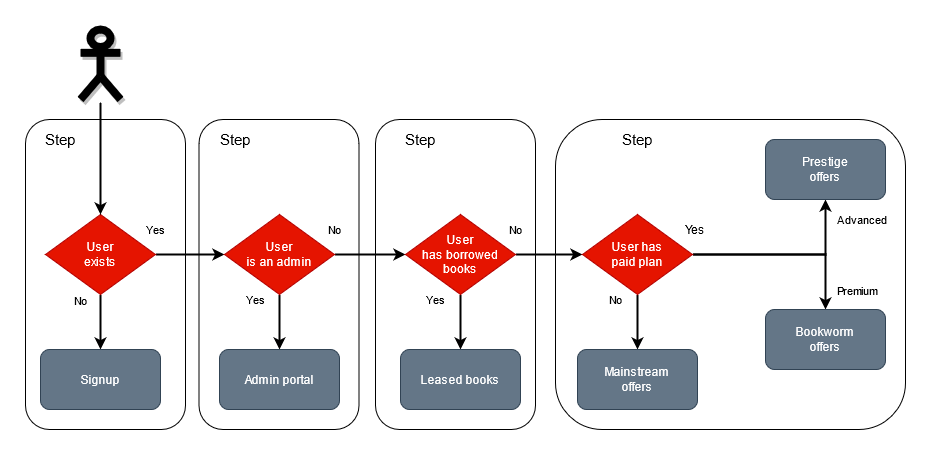
The draw.io diagram misc/workflow-a.png in jpb06/conditional-workflows, before a commit. Source tidied: cells renumbered, new cells last; positions are measured from the earlier drawing's top-left corner, leaving out a move shared by most shapes. Source of this version:
```xml
<mxGraphModel>
  <root>
    <mxCell id="0" />
    <mxCell id="1" parent="0" />
    <mxCell id="2" style="rounded=1;whiteSpace=wrap;html=1;fontSize=11;align=left;gradientColor=#ffffff;" parent="1" vertex="1">
      <mxGeometry x="530" y="90" width="350" height="310" as="geometry" />
    </mxCell>
    <mxCell id="3" style="rounded=1;whiteSpace=wrap;html=1;fontSize=11;align=left;" parent="1" vertex="1">
      <mxGeometry x="350" y="90" width="160" height="310" as="geometry" />
    </mxCell>
    <mxCell id="4" style="rounded=1;whiteSpace=wrap;html=1;fontSize=11;align=left;" parent="1" vertex="1">
      <mxGeometry x="173.5" y="90" width="160" height="310" as="geometry" />
    </mxCell>
    <mxCell id="5" style="rounded=1;whiteSpace=wrap;html=1;fontSize=11;align=left;" parent="1" vertex="1">
      <mxGeometry y="90" width="160" height="310" as="geometry" />
    </mxCell>
    <mxCell id="6" value="No" style="edgeStyle=orthogonalEdgeStyle;rounded=0;jettySize=auto;html=1;entryX=0.5;entryY=0;entryDx=0;entryDy=0;exitX=0.5;exitY=1;exitDx=0;exitDy=0;sketch=0;labelBackgroundColor=#ffffff;strokeWidth=2;" parent="1" edge="1" source="8" target="11">
      <mxGeometry x="-0.78" y="-20" relative="1" as="geometry">
        <Array as="points">
          <mxPoint x="75" y="310" />
        </Array>
      </mxGeometry>
    </mxCell>
    <mxCell id="7" value="Yes" style="edgeStyle=orthogonalEdgeStyle;rounded=0;jettySize=auto;html=1;strokeWidth=2;" parent="1" edge="1" source="8" target="14">
      <mxGeometry x="-1" y="25" relative="1" as="geometry" />
    </mxCell>
    <mxCell id="8" value="&lt;div&gt;User&lt;/div&gt;&lt;div&gt;exists&lt;br&gt;&lt;/div&gt;" style="rhombus;whiteSpace=wrap;html=1;fillColor=#e51400;strokeColor=#B20000;fontColor=#ffffff;" parent="1" vertex="1">
      <mxGeometry x="20" y="185" width="110" height="80" as="geometry" />
    </mxCell>
    <mxCell id="9" style="shape=umlActor;verticalLabelPosition=bottom;verticalAlign=top;html=1;outlineConnect=0;labelBackgroundColor=#ffffff;labelBorderColor=none;spacingTop=2;strokeWidth=8;perimeterSpacing=3;fillColor=none;shadow=1;" parent="1" vertex="1">
      <mxGeometry x="55" width="40" height="70" as="geometry" />
    </mxCell>
    <mxCell id="10" style="endArrow=classic;html=1;entryX=0.5;entryY=0;entryDx=0;entryDy=0;strokeWidth=2;" parent="1" edge="1" source="9" target="8">
      <mxGeometry relative="1" as="geometry" />
    </mxCell>
    <mxCell id="11" value="&lt;div&gt;Signup&lt;/div&gt;" style="rounded=1;whiteSpace=wrap;html=1;fillColor=#647687;strokeColor=#314354;fontColor=#ffffff;" parent="1" vertex="1">
      <mxGeometry x="15" y="320" width="120" height="60" as="geometry" />
    </mxCell>
    <mxCell id="12" value="Yes" style="edgeStyle=orthogonalEdgeStyle;rounded=0;jettySize=auto;html=1;strokeWidth=2;" parent="1" edge="1" source="14" target="15">
      <mxGeometry x="-0.82" y="-24" relative="1" as="geometry" />
    </mxCell>
    <mxCell id="13" value="No" style="edgeStyle=orthogonalEdgeStyle;rounded=0;jettySize=auto;html=1;strokeWidth=2;" parent="1" edge="1" source="14" target="18">
      <mxGeometry x="-1" y="25" relative="1" as="geometry" />
    </mxCell>
    <mxCell id="14" value="&lt;div&gt;User&lt;/div&gt;&lt;div&gt;is an admin&lt;br&gt;&lt;/div&gt;" style="rhombus;whiteSpace=wrap;html=1;fillColor=#e51400;strokeColor=#B20000;fontColor=#ffffff;" parent="1" vertex="1">
      <mxGeometry x="199" y="185" width="110" height="80" as="geometry" />
    </mxCell>
    <mxCell id="15" value="Admin portal" style="rounded=1;whiteSpace=wrap;html=1;fillColor=#647687;strokeColor=#314354;fontColor=#ffffff;" parent="1" vertex="1">
      <mxGeometry x="194" y="320" width="120" height="60" as="geometry" />
    </mxCell>
    <mxCell id="16" value="Yes" style="edgeStyle=orthogonalEdgeStyle;rounded=0;jettySize=auto;html=1;strokeWidth=2;" parent="1" edge="1" source="18" target="19">
      <mxGeometry x="-0.82" y="-25" relative="1" as="geometry" />
    </mxCell>
    <mxCell id="17" value="No" style="edgeStyle=orthogonalEdgeStyle;rounded=0;jettySize=auto;html=1;strokeWidth=2;" parent="1" edge="1" source="18" target="24">
      <mxGeometry x="-1" y="25" relative="1" as="geometry" />
    </mxCell>
    <mxCell id="18" value="&lt;div&gt;User&lt;br&gt;has borrowed books&lt;br&gt;&lt;/div&gt;" style="rhombus;whiteSpace=wrap;html=1;fillColor=#e51400;strokeColor=#B20000;fontColor=#ffffff;" parent="1" vertex="1">
      <mxGeometry x="380" y="185" width="110" height="80" as="geometry" />
    </mxCell>
    <mxCell id="19" value="Leased books&lt;br&gt; " style="rounded=1;whiteSpace=wrap;html=1;fillColor=#647687;strokeColor=#314354;fontColor=#ffffff;" parent="1" vertex="1">
      <mxGeometry x="375" y="320" width="120" height="60" as="geometry" />
    </mxCell>
    <mxCell id="20" value="No" style="edgeStyle=orthogonalEdgeStyle;rounded=0;jettySize=auto;html=1;strokeWidth=2;" parent="1" edge="1" source="24" target="25">
      <mxGeometry x="-0.82" y="-22" relative="1" as="geometry" />
    </mxCell>
    <mxCell id="21" style="edgeStyle=orthogonalEdgeStyle;rounded=0;jettySize=auto;html=1;entryX=0.5;entryY=1;entryDx=0;entryDy=0;strokeWidth=2;" parent="1" edge="1" source="24" target="26">
      <mxGeometry x="0.89" y="40" relative="1" as="geometry" />
    </mxCell>
    <mxCell id="22" style="edgeStyle=orthogonalEdgeStyle;rounded=0;jettySize=auto;html=1;entryX=0.5;entryY=0;entryDx=0;entryDy=0;shadow=0;strokeWidth=2;" parent="1" edge="1" source="24" target="27">
      <mxGeometry x="0.89" y="-30" relative="1" as="geometry" />
    </mxCell>
    <mxCell id="23" value="Premium" style="edgeLabel;html=1;align=left;verticalAlign=middle;" parent="22" vertex="1">
      <mxGeometry x="0.55" y="-1" relative="1" as="geometry">
        <mxPoint x="11" y="22" as="offset" />
      </mxGeometry>
    </mxCell>
    <mxCell id="24" value="&lt;div&gt;User has&lt;br&gt;paid plan&lt;br&gt;&lt;/div&gt;" style="rhombus;whiteSpace=wrap;html=1;fillColor=#e51400;strokeColor=#B20000;fontColor=#ffffff;" parent="1" vertex="1">
      <mxGeometry x="557" y="185" width="110" height="80" as="geometry" />
    </mxCell>
    <mxCell id="25" value="Mainstream&lt;br&gt;offers" style="rounded=1;whiteSpace=wrap;html=1;fillColor=#647687;strokeColor=#314354;fontColor=#ffffff;" parent="1" vertex="1">
      <mxGeometry x="552" y="320" width="120" height="60" as="geometry" />
    </mxCell>
    <mxCell id="26" value="&lt;div&gt;Prestige &lt;br&gt;&lt;/div&gt;&lt;div&gt;offers&lt;br&gt;&lt;/div&gt;" style="rounded=1;whiteSpace=wrap;html=1;fillColor=#647687;strokeColor=#314354;fontColor=#ffffff;" parent="1" vertex="1">
      <mxGeometry x="740" y="110" width="120" height="60" as="geometry" />
    </mxCell>
    <mxCell id="27" value="&lt;div&gt;Bookworm&lt;br&gt;&lt;/div&gt;&lt;div&gt;offers&lt;br&gt;&lt;/div&gt;" style="rounded=1;whiteSpace=wrap;html=1;fillColor=#647687;strokeColor=#314354;fontColor=#ffffff;" parent="1" vertex="1">
      <mxGeometry x="740" y="280" width="120" height="60" as="geometry" />
    </mxCell>
    <mxCell id="28" value="Yes" style="text;html=1;strokeColor=none;fillColor=none;align=center;verticalAlign=middle;whiteSpace=wrap;rounded=0;" parent="1" vertex="1">
      <mxGeometry x="650" y="190" width="40" height="20" as="geometry" />
    </mxCell>
    <mxCell id="29" value="Advanced" style="text;html=1;align=left;verticalAlign=middle;strokeColor=none;fontSize=11;" parent="1" vertex="1">
      <mxGeometry x="810" y="180" width="70" height="20" as="geometry" />
    </mxCell>
    <mxCell id="30" value="Step" style="text;html=1;strokeColor=none;fillColor=none;align=center;verticalAlign=middle;whiteSpace=wrap;rounded=0;fontSize=15;" parent="1" vertex="1">
      <mxGeometry x="15" y="100" width="40" height="20" as="geometry" />
    </mxCell>
    <mxCell id="31" value="Step" style="text;html=1;strokeColor=none;fillColor=none;align=center;verticalAlign=middle;whiteSpace=wrap;rounded=0;fontSize=15;" parent="1" vertex="1">
      <mxGeometry x="190" y="100" width="40" height="20" as="geometry" />
    </mxCell>
    <mxCell id="32" value="Step" style="text;html=1;strokeColor=none;fillColor=none;align=center;verticalAlign=middle;whiteSpace=wrap;rounded=0;fontSize=15;" parent="1" vertex="1">
      <mxGeometry x="375" y="100" width="40" height="20" as="geometry" />
    </mxCell>
    <mxCell id="33" value="Step" style="text;html=1;strokeColor=none;fillColor=none;align=center;verticalAlign=middle;whiteSpace=wrap;rounded=0;fontSize=15;" parent="1" vertex="1">
      <mxGeometry x="592" y="100" width="40" height="20" as="geometry" />
    </mxCell>
  </root>
</mxGraphModel>
```
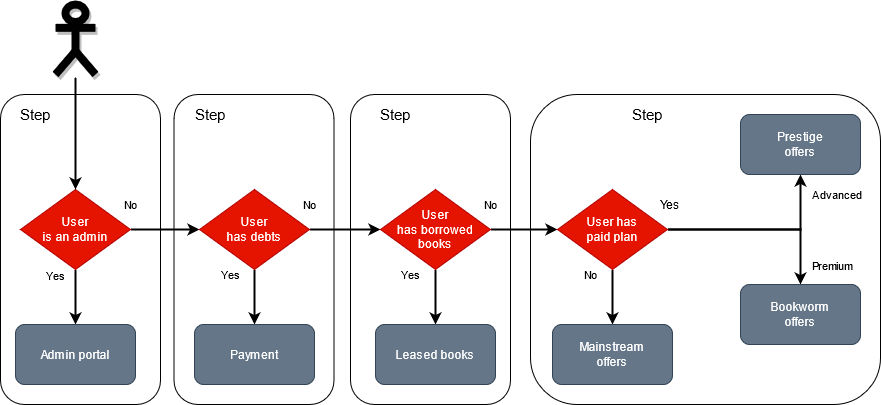
After the commit.

Diff of the diagram source:
```diff
@@ -14,17 +14,17 @@
     <mxCell id="5" style="rounded=1;whiteSpace=wrap;html=1;fontSize=11;align=left;" parent="1" vertex="1">
       <mxGeometry y="90" width="160" height="310" as="geometry" />
     </mxCell>
-    <mxCell id="6" value="No" style="edgeStyle=orthogonalEdgeStyle;rounded=0;jettySize=auto;html=1;entryX=0.5;entryY=0;entryDx=0;entryDy=0;exitX=0.5;exitY=1;exitDx=0;exitDy=0;sketch=0;labelBackgroundColor=#ffffff;strokeWidth=2;" parent="1" edge="1" source="8" target="11">
+    <mxCell id="6" value="Yes" style="edgeStyle=orthogonalEdgeStyle;rounded=0;jettySize=auto;html=1;entryX=0.5;entryY=0;entryDx=0;entryDy=0;exitX=0.5;exitY=1;exitDx=0;exitDy=0;sketch=0;labelBackgroundColor=#ffffff;strokeWidth=2;" parent="1" edge="1" source="8" target="11">
       <mxGeometry x="-0.78" y="-20" relative="1" as="geometry">
         <Array as="points">
           <mxPoint x="75" y="310" />
         </Array>
       </mxGeometry>
     </mxCell>
-    <mxCell id="7" value="Yes" style="edgeStyle=orthogonalEdgeStyle;rounded=0;jettySize=auto;html=1;strokeWidth=2;" parent="1" edge="1" source="8" target="14">
+    <mxCell id="7" value="No" style="edgeStyle=orthogonalEdgeStyle;rounded=0;jettySize=auto;html=1;strokeWidth=2;" parent="1" edge="1" source="8" target="14">
       <mxGeometry x="-1" y="25" relative="1" as="geometry" />
     </mxCell>
-    <mxCell id="8" value="&lt;div&gt;User&lt;/div&gt;&lt;div&gt;exists&lt;br&gt;&lt;/div&gt;" style="rhombus;whiteSpace=wrap;html=1;fillColor=#e51400;strokeColor=#B20000;fontColor=#ffffff;" parent="1" vertex="1">
+    <mxCell id="8" value="&lt;div&gt;User&lt;/div&gt;&lt;div&gt;is an admin&lt;br&gt;&lt;/div&gt;" style="rhombus;whiteSpace=wrap;html=1;fillColor=#e51400;strokeColor=#B20000;fontColor=#ffffff;" parent="1" vertex="1">
       <mxGeometry x="20" y="185" width="110" height="80" as="geometry" />
     </mxCell>
     <mxCell id="9" style="shape=umlActor;verticalLabelPosition=bottom;verticalAlign=top;html=1;outlineConnect=0;labelBackgroundColor=#ffffff;labelBorderColor=none;spacingTop=2;strokeWidth=8;perimeterSpacing=3;fillColor=none;shadow=1;" parent="1" vertex="1">
@@ -33,7 +33,7 @@
     <mxCell id="10" style="endArrow=classic;html=1;entryX=0.5;entryY=0;entryDx=0;entryDy=0;strokeWidth=2;" parent="1" edge="1" source="9" target="8">
       <mxGeometry relative="1" as="geometry" />
     </mxCell>
-    <mxCell id="11" value="&lt;div&gt;Signup&lt;/div&gt;" style="rounded=1;whiteSpace=wrap;html=1;fillColor=#647687;strokeColor=#314354;fontColor=#ffffff;" parent="1" vertex="1">
+    <mxCell id="11" value="Admin portal" style="rounded=1;whiteSpace=wrap;html=1;fillColor=#647687;strokeColor=#314354;fontColor=#ffffff;" parent="1" vertex="1">
       <mxGeometry x="15" y="320" width="120" height="60" as="geometry" />
     </mxCell>
     <mxCell id="12" value="Yes" style="edgeStyle=orthogonalEdgeStyle;rounded=0;jettySize=auto;html=1;strokeWidth=2;" parent="1" edge="1" source="14" target="15">
@@ -42,10 +42,10 @@
     <mxCell id="13" value="No" style="edgeStyle=orthogonalEdgeStyle;rounded=0;jettySize=auto;html=1;strokeWidth=2;" parent="1" edge="1" source="14" target="18">
       <mxGeometry x="-1" y="25" relative="1" as="geometry" />
     </mxCell>
-    <mxCell id="14" value="&lt;div&gt;User&lt;/div&gt;&lt;div&gt;is an admin&lt;br&gt;&lt;/div&gt;" style="rhombus;whiteSpace=wrap;html=1;fillColor=#e51400;strokeColor=#B20000;fontColor=#ffffff;" parent="1" vertex="1">
+    <mxCell id="14" value="User&lt;br&gt;has debts" style="rhombus;whiteSpace=wrap;html=1;fillColor=#e51400;strokeColor=#B20000;fontColor=#ffffff;" parent="1" vertex="1">
       <mxGeometry x="199" y="185" width="110" height="80" as="geometry" />
     </mxCell>
-    <mxCell id="15" value="Admin portal" style="rounded=1;whiteSpace=wrap;html=1;fillColor=#647687;strokeColor=#314354;fontColor=#ffffff;" parent="1" vertex="1">
+    <mxCell id="15" value="Payment" style="rounded=1;whiteSpace=wrap;html=1;fillColor=#647687;strokeColor=#314354;fontColor=#ffffff;" parent="1" vertex="1">
       <mxGeometry x="194" y="320" width="120" height="60" as="geometry" />
     </mxCell>
     <mxCell id="16" value="Yes" style="edgeStyle=orthogonalEdgeStyle;rounded=0;jettySize=auto;html=1;strokeWidth=2;" parent="1" edge="1" source="18" target="19">
@@ -102,7 +102,7 @@
       <mxGeometry x="375" y="100" width="40" height="20" as="geometry" />
     </mxCell>
     <mxCell id="33" value="Step" style="text;html=1;strokeColor=none;fillColor=none;align=center;verticalAlign=middle;whiteSpace=wrap;rounded=0;fontSize=15;" parent="1" vertex="1">
-      <mxGeometry x="592" y="100" width="40" height="20" as="geometry" />
+      <mxGeometry x="627" y="100" width="40" height="20" as="geometry" />
     </mxCell>
   </root>
 </mxGraphModel>
```
